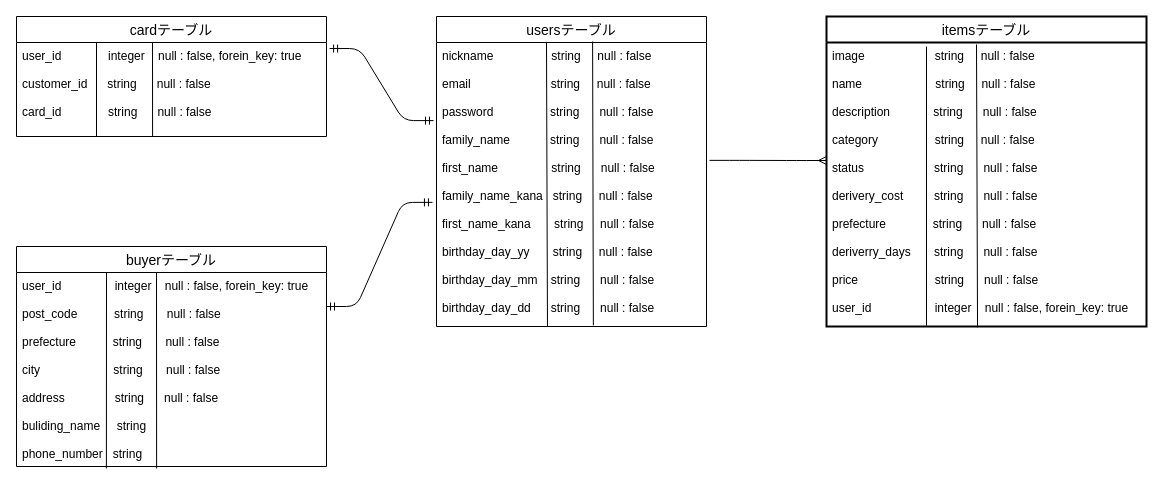
Before: furima.dio in Komty/furima-34555, a draw.io diagram. Source tidied: cells renumbered, new cells numbered last; positions are measured from the earlier drawing's top-left corner, leaving out a move shared by most shapes. Both pictures are drawn from the tidied source at 100%, with x=0, y=0 at pixel (16, 16).
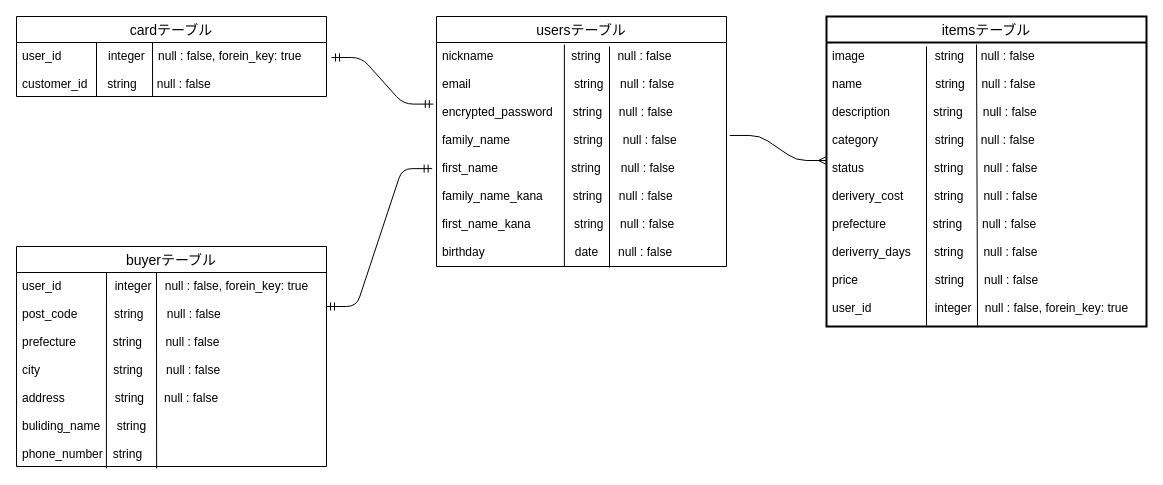
Above is the later version.

Commit message (it also covers changes not shown here):
データベース設計　修正

The edit, as a diff of the source:
```diff
@@
     <mxCell id="2" value="usersテーブル" style="swimlane;fontStyle=0;horizontal=1;startSize=26;align=center;fontSize=14;" parent="1" vertex="1">
-      <mxGeometry x="420" width="270" height="310" as="geometry" />
+      <mxGeometry x="420" width="290" height="250" as="geometry" />
     </mxCell>
-    <mxCell id="3" style="endArrow=none;html=1;rounded=0;exitX=0.578;exitY=-0.033;exitDx=0;exitDy=0;exitPerimeter=0;entryX=0.581;entryY=0.996;entryDx=0;entryDy=0;entryPerimeter=0;" parent="2" edge="1" target="5">
-      <mxGeometry relative="1" as="geometry">
-        <mxPoint x="156.1" y="25" as="sourcePoint" />
-      </mxGeometry>
-    </mxCell>
-    <mxCell id="4" style="endArrow=none;html=1;rounded=0;entryX=0.411;entryY=1;entryDx=0;entryDy=0;entryPerimeter=0;" parent="2" edge="1" target="5">
-      <mxGeometry relative="1" as="geometry">
-        <mxPoint x="110" y="26" as="sourcePoint" />
-      </mxGeometry>
-    </mxCell>
+    <mxCell id="22" style="endArrow=none;html=1;rounded=0;exitX=0.441;exitY=0.009;exitDx=0;exitDy=0;exitPerimeter=0;entryX=0.441;entryY=1;entryDx=0;entryDy=0;entryPerimeter=0;" parent="2" edge="1" source="5" target="5">
+      <mxGeometry relative="1" as="geometry" />
+    </mxCell>
-    <mxCell id="5" value="nickname  　　　　 string     null : false&#10;&#10;email                        string     null : false&#10;&#10;password                 string      null : false&#10;&#10;family_name            string      null : false&#10;&#10;first_name                string      null : false&#10;&#10;family_name_kana   string     null : false&#10;&#10;first_name_kana       string     null : false&#10;&#10;birthday_day_yy       string     null : false&#10;&#10;birthday_day_mm    string      null : false&#10;&#10;birthday_day_dd      string      null : false&#10;" style="text;strokeColor=none;fillColor=none;spacingLeft=4;spacingRight=4;overflow=hidden;points=[[0,0.5],[1,0.5]];portConstraint=eastwest;fontSize=12;" parent="2" vertex="1">
-      <mxGeometry y="26" width="270" height="284" as="geometry" />
+    <mxCell id="5" value="nickname  　　　　       string     null : false&#10;&#10;email                               string     null : false&#10;&#10;encrypted_password      string     null : false&#10;&#10;family_name                   string      null : false&#10;&#10;first_name                      string      null : false&#10;&#10;family_name_kana         string     null : false&#10;&#10;first_name_kana             string     null : false&#10;&#10;birthday                           date      null : false&#10;&#10;&#10;&#10;&#10;" style="text;strokeColor=none;fillColor=none;spacingLeft=4;spacingRight=4;overflow=hidden;points=[[0,0.5],[1,0.5]];portConstraint=eastwest;fontSize=12;" parent="2" vertex="1">
+      <mxGeometry y="26" width="290" height="224" as="geometry" />
     </mxCell>
@@
     <mxCell id="9" value="cardテーブル" style="swimlane;fontStyle=0;horizontal=1;startSize=26;align=center;fontSize=14;" parent="1" vertex="1">
-      <mxGeometry width="310" height="120" as="geometry" />
+      <mxGeometry width="310" height="80" as="geometry" />
     </mxCell>
     <mxCell id="10" style="endArrow=none;html=1;rounded=0;" parent="9" edge="1">
       <mxGeometry relative="1" as="geometry">
         <mxPoint x="80" y="26" as="sourcePoint" />
-        <mxPoint x="80" y="120" as="targetPoint" />
+        <mxPoint x="80" y="80" as="targetPoint" />
       </mxGeometry>
     </mxCell>
@@
-    <mxCell id="12" value="user_id              integer    null : false, forein_key: true&#10;&#10;customer_id      string      null : false&#10;&#10;card_id              string      null : false" style="text;strokeColor=none;fillColor=none;spacingLeft=4;spacingRight=4;overflow=hidden;points=[[0,0.5],[1,0.5]];portConstraint=eastwest;fontSize=12;" parent="9" vertex="1">
-      <mxGeometry y="26" width="310" height="94" as="geometry" />
+    <mxCell id="12" value="user_id              integer    null : false, forein_key: true&#10;&#10;customer_id      string      null : false&#10;            " style="text;strokeColor=none;fillColor=none;spacingLeft=4;spacingRight=4;overflow=hidden;points=[[0,0.5],[1,0.5]];portConstraint=eastwest;fontSize=12;" parent="9" vertex="1">
+      <mxGeometry y="26" width="310" height="54" as="geometry" />
     </mxCell>
@@
-    <mxCell id="19" style="edgeStyle=entityRelationEdgeStyle;fontSize=12;html=1;endArrow=ERmandOne;startArrow=ERmandOne;exitX=1.01;exitY=0.064;exitDx=0;exitDy=0;exitPerimeter=0;entryX=-0.011;entryY=0.275;entryDx=0;entryDy=0;entryPerimeter=0;" parent="1" edge="1" source="12" target="5">
-      <mxGeometry relative="1" as="geometry" />
+    <mxCell id="19" style="edgeStyle=entityRelationEdgeStyle;fontSize=12;html=1;endArrow=ERmandOne;startArrow=ERmandOne;entryX=-0.011;entryY=0.275;entryDx=0;entryDy=0;entryPerimeter=0;" parent="1" edge="1" target="5">
+      <mxGeometry relative="1" as="geometry">
+        <mxPoint x="315" y="41" as="sourcePoint" />
+      </mxGeometry>
     </mxCell>
@@
+    <mxCell id="23" style="endArrow=none;html=1;rounded=0;" parent="1" edge="1">
+      <mxGeometry relative="1" as="geometry">
+        <mxPoint x="593" y="30" as="sourcePoint" />
+        <mxPoint x="593" y="251" as="targetPoint" />
+      </mxGeometry>
+    </mxCell>
```
